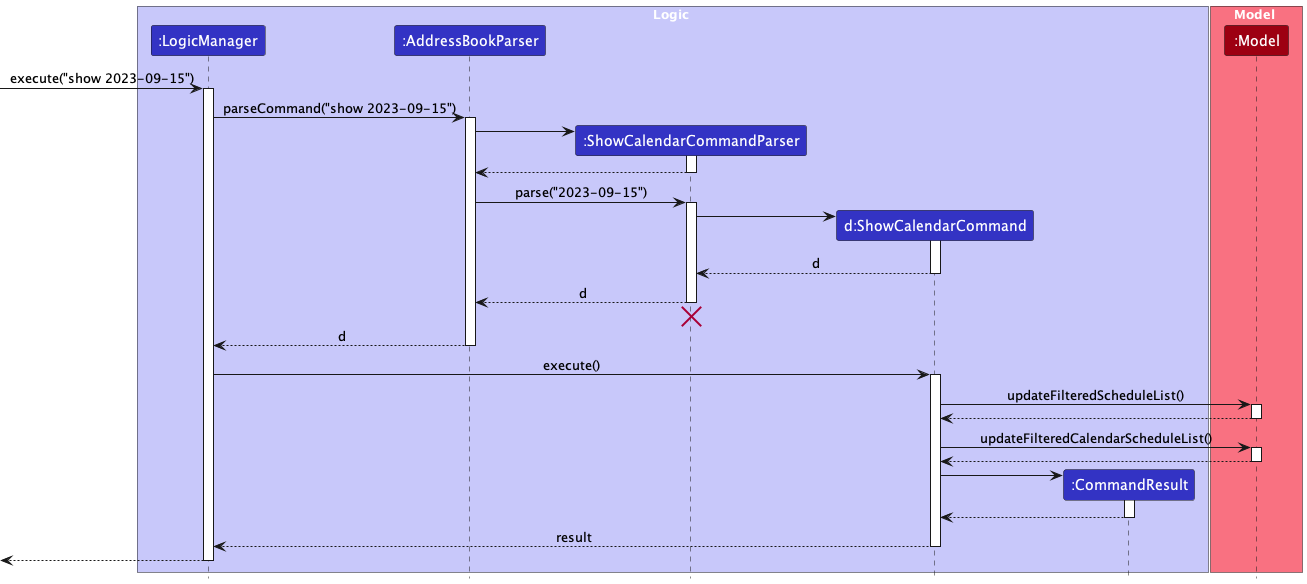
Above: docs/images/ShowCalendarSequenceDiagram.png in nus-cs2103-AY2324S1/tp (PlantUML), before the change. Source of this version:
```plantuml
@startuml
!include style.puml
skinparam ArrowFontStyle plain

box Logic LOGIC_COLOR_T1
participant ":LogicManager" as LogicManager LOGIC_COLOR
participant ":AddressBookParser" as AddressBookParser LOGIC_COLOR
participant ":ShowCalendarCommandParser" as ShowCalendarCommandParser LOGIC_COLOR
participant "d:ShowCalendarCommand" as ShowCalendarCommand LOGIC_COLOR
participant ":CommandResult" as CommandResult LOGIC_COLOR
end box

box Model MODEL_COLOR_T1
participant ":Model" as Model MODEL_COLOR
end box

[-> LogicManager : execute("show 2023-09-15")
activate LogicManager

LogicManager -> AddressBookParser : parseCommand("show 2023-09-15")
activate AddressBookParser

create ShowCalendarCommandParser
AddressBookParser -> ShowCalendarCommandParser
activate ShowCalendarCommandParser

ShowCalendarCommandParser --> AddressBookParser
deactivate ShowCalendarCommandParser

AddressBookParser -> ShowCalendarCommandParser : parse("2023-09-15")
activate ShowCalendarCommandParser

create ShowCalendarCommand
ShowCalendarCommandParser -> ShowCalendarCommand
activate ShowCalendarCommand

ShowCalendarCommand --> ShowCalendarCommandParser : d
deactivate ShowCalendarCommand

ShowCalendarCommandParser --> AddressBookParser : d
deactivate ShowCalendarCommandParser
ShowCalendarCommandParser -[hidden]-> AddressBookParser
destroy ShowCalendarCommandParser

AddressBookParser --> LogicManager : d
deactivate AddressBookParser

LogicManager -> ShowCalendarCommand : execute()
activate ShowCalendarCommand

ShowCalendarCommand -> Model ++ : updateFilteredScheduleList()
return

ShowCalendarCommand -> Model ++ : updateFilteredCalendarScheduleList()
return

deactivate Model

create CommandResult
ShowCalendarCommand -> CommandResult
activate CommandResult

CommandResult --> ShowCalendarCommand
deactivate CommandResult

ShowCalendarCommand --> LogicManager : result
deactivate ShowCalendarCommand

[<--LogicManager
deactivate LogicManager
@enduml
```
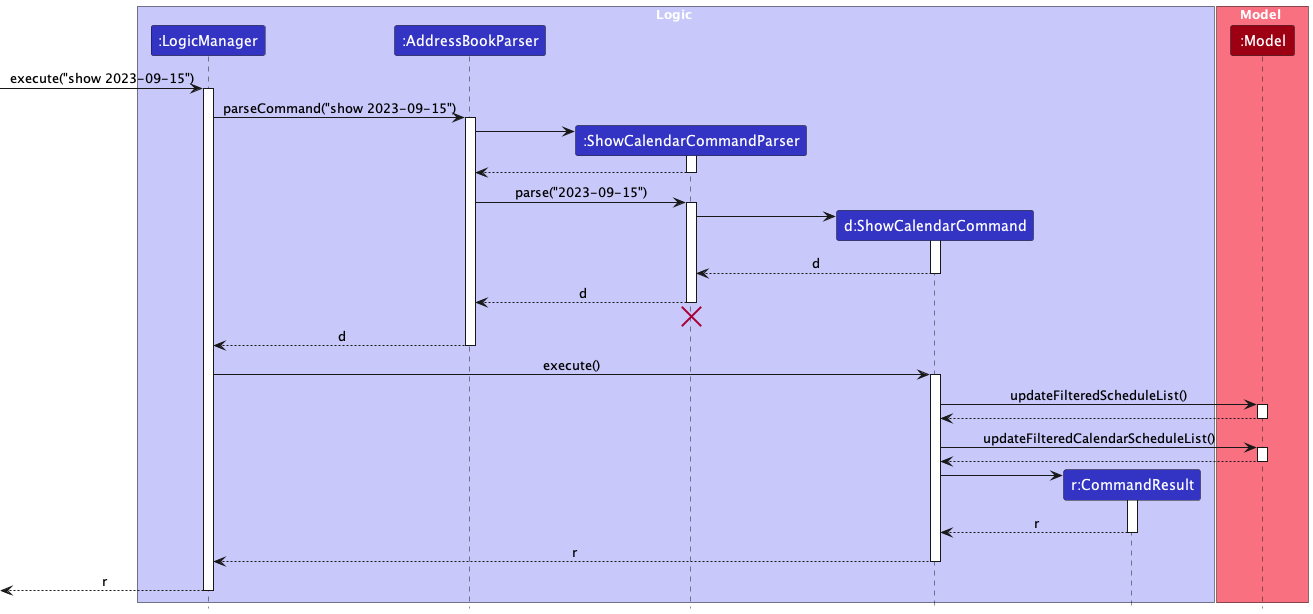
After the change.

Diff of the diagram source:
```diff
@@ -7,7 +7,7 @@
 participant ":AddressBookParser" as AddressBookParser LOGIC_COLOR
 participant ":ShowCalendarCommandParser" as ShowCalendarCommandParser LOGIC_COLOR
 participant "d:ShowCalendarCommand" as ShowCalendarCommand LOGIC_COLOR
-participant ":CommandResult" as CommandResult LOGIC_COLOR
+participant "r:CommandResult" as CommandResult LOGIC_COLOR
 end box
 
 box Model MODEL_COLOR_T1
@@ -60,12 +60,12 @@
 ShowCalendarCommand -> CommandResult
 activate CommandResult
 
-CommandResult --> ShowCalendarCommand
+CommandResult --> ShowCalendarCommand : r
 deactivate CommandResult
 
-ShowCalendarCommand --> LogicManager : result
+ShowCalendarCommand --> LogicManager : r
 deactivate ShowCalendarCommand
 
-[<--LogicManager
+[<--LogicManager : r
 deactivate LogicManager
 @enduml
```
